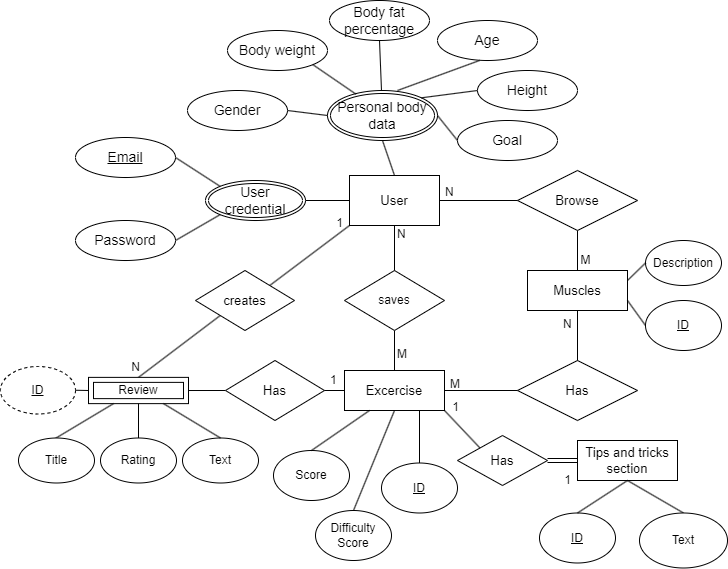
mezyn/Get-fit keeps this draw.io diagram as images/er_diagram.png. Above is the earlier version. Source tidied: cells renumbered, new cells last; positions are measured from the earlier drawing's top-left corner, leaving out a move shared by most shapes.
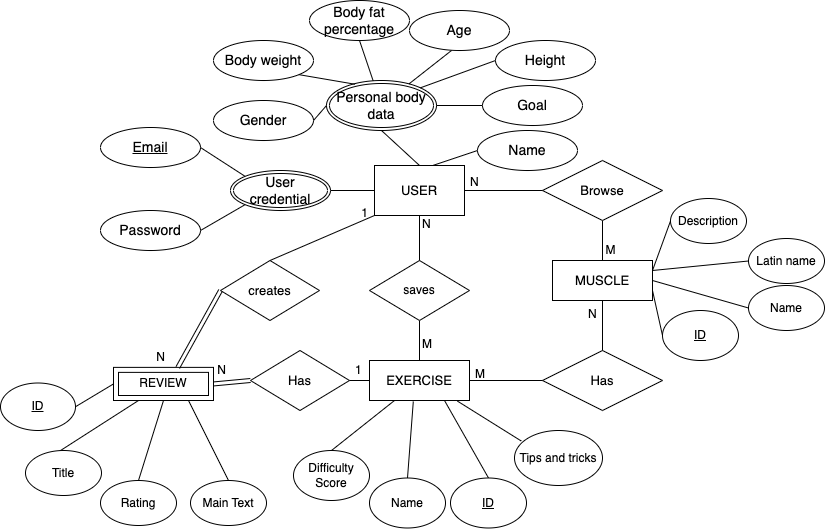
After the change.

Diff of the diagram source:
```diff
@@ -2,29 +2,29 @@
   <root>
     <mxCell id="0" />
     <mxCell id="1" parent="0" />
-    <mxCell id="2" value="User" style="rounded=0;whiteSpace=wrap;html=1;fontSize=13;" parent="1" vertex="1">
+    <mxCell id="2" value="USER" style="rounded=0;whiteSpace=wrap;html=1;fontSize=13;" parent="1" vertex="1">
       <mxGeometry x="349" y="175" width="90" height="50" as="geometry" />
     </mxCell>
     <mxCell id="3" value="Personal body data" style="ellipse;shape=doubleEllipse;margin=3;whiteSpace=wrap;html=1;align=center;fontSize=14;" parent="1" vertex="1">
-      <mxGeometry x="327" y="90" width="110" height="50" as="geometry" />
+      <mxGeometry x="301" y="90" width="110" height="50" as="geometry" />
     </mxCell>
     <mxCell id="4" value="Gender" style="ellipse;whiteSpace=wrap;html=1;align=center;fontSize=14;" parent="1" vertex="1">
-      <mxGeometry x="187" y="90" width="100" height="40" as="geometry" />
+      <mxGeometry x="188" y="110" width="100" height="40" as="geometry" />
     </mxCell>
     <mxCell id="5" value="Body weight" style="ellipse;whiteSpace=wrap;html=1;align=center;fontSize=14;" parent="1" vertex="1">
-      <mxGeometry x="227" y="30" width="100" height="40" as="geometry" />
+      <mxGeometry x="188" y="50" width="100" height="40" as="geometry" />
     </mxCell>
     <mxCell id="6" value="Body fat percentage" style="ellipse;whiteSpace=wrap;html=1;align=center;fontSize=14;" parent="1" vertex="1">
-      <mxGeometry x="329" width="100" height="40" as="geometry" />
+      <mxGeometry x="284" y="10" width="100" height="40" as="geometry" />
     </mxCell>
     <mxCell id="7" value="Age" style="ellipse;whiteSpace=wrap;html=1;align=center;fontSize=14;" parent="1" vertex="1">
-      <mxGeometry x="437" y="20" width="100" height="40" as="geometry" />
+      <mxGeometry x="384" y="20" width="100" height="40" as="geometry" />
     </mxCell>
     <mxCell id="8" value="Height" style="ellipse;whiteSpace=wrap;html=1;align=center;fontSize=14;" parent="1" vertex="1">
-      <mxGeometry x="477" y="70" width="100" height="40" as="geometry" />
+      <mxGeometry x="470" y="50" width="100" height="40" as="geometry" />
     </mxCell>
     <mxCell id="9" value="Goal" style="ellipse;whiteSpace=wrap;html=1;align=center;fontSize=14;" parent="1" vertex="1">
-      <mxGeometry x="457" y="120" width="100" height="40" as="geometry" />
+      <mxGeometry x="457" y="95" width="100" height="40" as="geometry" />
     </mxCell>
     <mxCell id="10" style="endArrow=none;html=1;rounded=0;fontSize=14;exitX=1;exitY=0.5;exitDx=0;exitDy=0;entryX=0;entryY=0.5;entryDx=0;entryDy=0;" parent="1" edge="1" source="4" target="3">
       <mxGeometry relative="1" as="geometry" />
@@ -35,10 +35,8 @@
     <mxCell id="12" style="endArrow=none;html=1;rounded=0;fontSize=14;exitX=0.5;exitY=1;exitDx=0;exitDy=0;" parent="1" edge="1" source="6" target="3">
       <mxGeometry relative="1" as="geometry" />
     </mxCell>
-    <mxCell id="13" style="endArrow=none;html=1;rounded=0;fontSize=14;exitX=0.42;exitY=1;exitDx=0;exitDy=0;exitPerimeter=0;" parent="1" edge="1" source="7">
-      <mxGeometry relative="1" as="geometry">
-        <mxPoint x="397" y="90" as="targetPoint" />
-      </mxGeometry>
+    <mxCell id="13" style="endArrow=none;html=1;rounded=0;fontSize=14;exitX=0.42;exitY=1;exitDx=0;exitDy=0;exitPerimeter=0;" parent="1" edge="1" source="7" target="3">
+      <mxGeometry relative="1" as="geometry" />
     </mxCell>
     <mxCell id="14" style="endArrow=none;html=1;rounded=0;fontSize=14;exitX=0;exitY=0.5;exitDx=0;exitDy=0;entryX=1;entryY=0;entryDx=0;entryDy=0;" parent="1" edge="1" source="8" target="3">
       <mxGeometry relative="1" as="geometry" />
@@ -58,7 +56,7 @@
     <mxCell id="19" style="endArrow=none;html=1;rounded=0;fontSize=14;exitX=0;exitY=0.5;exitDx=0;exitDy=0;entryX=1;entryY=0.5;entryDx=0;entryDy=0;" parent="1" edge="1" source="18" target="2">
       <mxGeometry relative="1" as="geometry" />
     </mxCell>
-    <mxCell id="20" value="Muscles" style="whiteSpace=wrap;html=1;align=center;fontSize=13;" parent="1" vertex="1">
+    <mxCell id="20" value="MUSCLE" style="whiteSpace=wrap;html=1;align=center;fontSize=13;" parent="1" vertex="1">
       <mxGeometry x="527" y="270" width="100" height="40" as="geometry" />
     </mxCell>
     <mxCell id="21" value="Has" style="shape=rhombus;perimeter=rhombusPerimeter;whiteSpace=wrap;html=1;align=center;fontSize=13;" parent="1" vertex="1">
@@ -67,21 +65,15 @@
     <mxCell id="22" style="endArrow=none;html=1;rounded=0;fontSize=14;exitX=0.5;exitY=1;exitDx=0;exitDy=0;" parent="1" edge="1" source="20" target="21">
       <mxGeometry relative="1" as="geometry" />
     </mxCell>
-    <mxCell id="23" style="rounded=0;jettySize=auto;html=1;exitX=0.5;exitY=1;exitDx=0;exitDy=0;endArrow=none;endFill=0;entryX=0.5;entryY=0;entryDx=0;entryDy=0;" parent="1" edge="1" source="24" target="68">
+    <mxCell id="23" style="rounded=0;jettySize=auto;html=1;exitX=0.25;exitY=1;exitDx=0;exitDy=0;endArrow=none;endFill=0;entryX=0.5;entryY=0;entryDx=0;entryDy=0;" parent="1" edge="1" source="24" target="68">
       <mxGeometry relative="1" as="geometry" />
     </mxCell>
-    <mxCell id="24" value="Excercise" style="whiteSpace=wrap;html=1;align=center;fontSize=13;" parent="1" vertex="1">
+    <mxCell id="24" value="EXERCISE" style="whiteSpace=wrap;html=1;align=center;fontSize=13;" parent="1" vertex="1">
       <mxGeometry x="344" y="370" width="100" height="40" as="geometry" />
     </mxCell>
     <mxCell id="25" style="endArrow=none;html=1;rounded=0;fontSize=14;exitX=0;exitY=0.5;exitDx=0;exitDy=0;entryX=1;entryY=0.5;entryDx=0;entryDy=0;" parent="1" edge="1" source="21" target="24">
       <mxGeometry relative="1" as="geometry" />
     </mxCell>
-    <mxCell id="26" value="Tips and tricks section" style="whiteSpace=wrap;html=1;align=center;fontSize=13;" parent="1" vertex="1">
-      <mxGeometry x="577" y="440" width="100" height="40" as="geometry" />
-    </mxCell>
-    <mxCell id="27" style="edgeStyle=none;rounded=0;jettySize=auto;html=1;exitX=0;exitY=0.5;exitDx=0;exitDy=0;entryX=1;entryY=0.5;entryDx=0;entryDy=0;endArrow=none;endFill=0;" parent="1" edge="1" source="28" target="49">
-      <mxGeometry relative="1" as="geometry" />
-    </mxCell>
     <mxCell id="28" value="Has" style="shape=rhombus;perimeter=rhombusPerimeter;whiteSpace=wrap;html=1;align=center;fontSize=13;" parent="1" vertex="1">
       <mxGeometry x="225" y="360" width="99" height="60" as="geometry" />
     </mxCell>
@@ -94,9 +86,6 @@
     <mxCell id="31" value="M" style="text;strokeColor=none;fillColor=none;spacingLeft=4;spacingRight=4;overflow=hidden;fontSize=12;" parent="1" vertex="1">
       <mxGeometry x="391" y="340" width="20" height="30" as="geometry" />
     </mxCell>
-    <mxCell id="32" style="shape=link;html=1;rounded=0;fontSize=13;exitX=0;exitY=0.5;exitDx=0;exitDy=0;entryX=1;entryY=0.5;entryDx=0;entryDy=0;" parent="1" edge="1" source="26" target="72">
-      <mxGeometry relative="1" as="geometry" />
-    </mxCell>
     <mxCell id="33" value="N" style="text;strokeColor=none;fillColor=none;spacingLeft=4;spacingRight=4;overflow=hidden;fontSize=12;" parent="1" vertex="1">
       <mxGeometry x="439" y="178" width="20" height="30" as="geometry" />
     </mxCell>
@@ -136,23 +125,14 @@
     <mxCell id="45" style="endArrow=none;html=1;rounded=0;entryX=0.75;entryY=1;entryDx=0;entryDy=0;exitX=0.5;exitY=0;exitDx=0;exitDy=0;" parent="1" edge="1" source="51" target="24">
       <mxGeometry relative="1" as="geometry" />
     </mxCell>
-    <mxCell id="46" value="Score" style="ellipse;whiteSpace=wrap;html=1;" parent="1" vertex="1">
-      <mxGeometry x="273" y="450" width="76" height="50" as="geometry" />
-    </mxCell>
-    <mxCell id="47" style="endArrow=none;html=1;rounded=0;exitX=0.5;exitY=0;exitDx=0;exitDy=0;entryX=0.25;entryY=1;entryDx=0;entryDy=0;" parent="1" edge="1" source="46" target="24">
-      <mxGeometry relative="1" as="geometry" />
-    </mxCell>
-    <mxCell id="48" style="edgeStyle=none;rounded=0;jettySize=auto;html=1;exitX=0.5;exitY=0;exitDx=0;exitDy=0;entryX=0;entryY=1;entryDx=0;entryDy=0;endArrow=none;endFill=0;" parent="1" edge="1" source="49" target="75">
-      <mxGeometry relative="1" as="geometry" />
-    </mxCell>
-    <mxCell id="49" value="Review" style="shape=ext;margin=3;double=1;whiteSpace=wrap;html=1;align=center;" parent="1" vertex="1">
-      <mxGeometry x="88" y="376.9" width="100" height="26.2" as="geometry" />
+    <mxCell id="49" value="REVIEW" style="shape=ext;margin=3;double=1;whiteSpace=wrap;html=1;align=center;" parent="1" vertex="1">
+      <mxGeometry x="88" y="376.9" width="100" height="33.1" as="geometry" />
     </mxCell>
     <mxCell id="50" value="Description" style="ellipse;whiteSpace=wrap;html=1;" parent="1" vertex="1">
-      <mxGeometry x="645" y="240" width="76" height="45" as="geometry" />
+      <mxGeometry x="645" y="208" width="76" height="45" as="geometry" />
     </mxCell>
     <mxCell id="51" value="&lt;u&gt;ID&lt;/u&gt;" style="ellipse;whiteSpace=wrap;html=1;" parent="1" vertex="1">
-      <mxGeometry x="381" y="462.5" width="76" height="50" as="geometry" />
+      <mxGeometry x="425" y="487.5" width="76" height="50" as="geometry" />
     </mxCell>
     <mxCell id="52" style="endArrow=none;html=1;rounded=0;entryX=1;entryY=0.75;entryDx=0;entryDy=0;exitX=0;exitY=0.5;exitDx=0;exitDy=0;" parent="1" edge="1" source="54" target="20">
       <mxGeometry relative="1" as="geometry" />
@@ -161,34 +141,22 @@
       <mxGeometry relative="1" as="geometry" />
     </mxCell>
     <mxCell id="54" value="&lt;u&gt;ID&lt;/u&gt;" style="ellipse;whiteSpace=wrap;html=1;" parent="1" vertex="1">
-      <mxGeometry x="645" y="300" width="76" height="50" as="geometry" />
+      <mxGeometry x="637" y="320" width="76" height="50" as="geometry" />
     </mxCell>
-    <mxCell id="55" value="&lt;u&gt;ID&lt;/u&gt;" style="ellipse;whiteSpace=wrap;html=1;" parent="1" vertex="1">
-      <mxGeometry x="539" y="512.5" width="76" height="50" as="geometry" />
-    </mxCell>
-    <mxCell id="56" style="endArrow=none;html=1;rounded=0;exitX=0.5;exitY=0;exitDx=0;exitDy=0;entryX=0.5;entryY=1;entryDx=0;entryDy=0;" parent="1" edge="1" source="55" target="26">
-      <mxGeometry relative="1" as="geometry" />
-    </mxCell>
-    <mxCell id="57" style="endArrow=none;html=1;rounded=0;exitX=0.5;exitY=0;exitDx=0;exitDy=0;entryX=0.5;entryY=1;entryDx=0;entryDy=0;" parent="1" edge="1" source="58" target="26">
-      <mxGeometry relative="1" as="geometry" />
-    </mxCell>
-    <mxCell id="58" value="Text" style="ellipse;whiteSpace=wrap;html=1;" parent="1" vertex="1">
-      <mxGeometry x="639" y="512.5" width="88" height="55" as="geometry" />
-    </mxCell>
     <mxCell id="59" value="1" style="text;strokeColor=none;fillColor=none;spacingLeft=4;spacingRight=4;overflow=hidden;fontSize=12;" parent="1" vertex="1">
       <mxGeometry x="324" y="366" width="20" height="30" as="geometry" />
     </mxCell>
-    <mxCell id="60" value="&lt;u&gt;ID&lt;/u&gt;" style="ellipse;whiteSpace=wrap;html=1;dashed=1;" parent="1" vertex="1">
-      <mxGeometry y="366" width="75" height="47.5" as="geometry" />
+    <mxCell id="60" value="&lt;u&gt;ID&lt;/u&gt;" style="ellipse;whiteSpace=wrap;html=1;" parent="1" vertex="1">
+      <mxGeometry x="-25" y="392.5" width="75" height="47.5" as="geometry" />
     </mxCell>
     <mxCell id="61" style="endArrow=none;html=1;rounded=0;entryX=0;entryY=0.5;entryDx=0;entryDy=0;exitX=1;exitY=0.5;exitDx=0;exitDy=0;" parent="1" edge="1" source="60" target="49">
       <mxGeometry relative="1" as="geometry" />
     </mxCell>
     <mxCell id="62" value="Rating" style="ellipse;whiteSpace=wrap;html=1;" parent="1" vertex="1">
-      <mxGeometry x="100" y="437.5" width="76" height="45" as="geometry" />
+      <mxGeometry x="75" y="490" width="76" height="45" as="geometry" />
     </mxCell>
-    <mxCell id="63" value="Text" style="ellipse;whiteSpace=wrap;html=1;" parent="1" vertex="1">
-      <mxGeometry x="182" y="437.5" width="76" height="45" as="geometry" />
+    <mxCell id="63" value="Main Text" style="ellipse;whiteSpace=wrap;html=1;" parent="1" vertex="1">
+      <mxGeometry x="165" y="490" width="76" height="45" as="geometry" />
     </mxCell>
     <mxCell id="64" style="endArrow=none;html=1;rounded=0;exitX=0.5;exitY=0;exitDx=0;exitDy=0;entryX=0.5;entryY=1;entryDx=0;entryDy=0;" parent="1" edge="1" source="62" target="49">
       <mxGeometry relative="1" as="geometry" />
@@ -196,14 +164,8 @@
     <mxCell id="65" style="endArrow=none;html=1;rounded=0;exitX=0.5;exitY=0;exitDx=0;exitDy=0;entryX=0.75;entryY=1;entryDx=0;entryDy=0;" parent="1" edge="1" source="63" target="49">
       <mxGeometry relative="1" as="geometry" />
     </mxCell>
-    <mxCell id="66" value="1" style="text;html=1;align=center;verticalAlign=middle;strokeColor=none;fillColor=none;" parent="1" vertex="1">
-      <mxGeometry x="552" y="465" width="30" height="30" as="geometry" />
-    </mxCell>
-    <mxCell id="67" value="1" style="text;html=1;align=center;verticalAlign=middle;strokeColor=none;fillColor=none;" parent="1" vertex="1">
-      <mxGeometry x="440" y="392" width="30" height="30" as="geometry" />
-    </mxCell>
     <mxCell id="68" value="Difficulty Score" style="ellipse;whiteSpace=wrap;html=1;" parent="1" vertex="1">
-      <mxGeometry x="315" y="510" width="76" height="50" as="geometry" />
+      <mxGeometry x="268" y="460" width="76" height="50" as="geometry" />
     </mxCell>
     <mxCell id="69" value="M" style="text;html=1;align=center;verticalAlign=middle;strokeColor=none;fillColor=none;" parent="1" vertex="1">
       <mxGeometry x="570" y="245" width="30" height="30" as="geometry" />
@@ -212,15 +174,12 @@
       <mxGeometry relative="1" as="geometry" />
     </mxCell>
     <mxCell id="71" value="Title" style="ellipse;whiteSpace=wrap;html=1;" parent="1" vertex="1">
-      <mxGeometry x="18" y="437.5" width="76" height="45" as="geometry" />
+      <mxGeometry y="460" width="76" height="45" as="geometry" />
     </mxCell>
-    <mxCell id="72" value="Has" style="shape=rhombus;perimeter=rhombusPerimeter;whiteSpace=wrap;html=1;align=center;fontSize=13;" parent="1" vertex="1">
-      <mxGeometry x="457" y="435" width="90" height="50" as="geometry" />
-    </mxCell>
-    <mxCell id="73" style="endArrow=none;html=1;rounded=0;exitX=1;exitY=1;exitDx=0;exitDy=0;entryX=0;entryY=0;entryDx=0;entryDy=0;" parent="1" edge="1" source="24" target="72">
+    <mxCell id="73" style="endArrow=none;html=1;rounded=0;exitX=0.878;exitY=1.013;exitDx=0;exitDy=0;entryX=0.077;entryY=0.191;entryDx=0;entryDy=0;entryPerimeter=0;exitPerimeter=0;" parent="1" edge="1" source="24" target="86">
       <mxGeometry relative="1" as="geometry" />
     </mxCell>
-    <mxCell id="74" style="edgeStyle=none;rounded=0;jettySize=auto;html=1;exitX=1;exitY=0;exitDx=0;exitDy=0;entryX=0;entryY=1;entryDx=0;entryDy=0;endArrow=none;endFill=0;" parent="1" edge="1" source="75" target="2">
+    <mxCell id="74" style="edgeStyle=none;rounded=0;jettySize=auto;html=1;exitX=0.5;exitY=0;exitDx=0;exitDy=0;entryX=0;entryY=1;entryDx=0;entryDy=0;endArrow=none;endFill=0;" parent="1" edge="1" source="75" target="2">
       <mxGeometry relative="1" as="geometry" />
     </mxCell>
     <mxCell id="75" value="creates" style="shape=rhombus;perimeter=rhombusPerimeter;whiteSpace=wrap;html=1;align=center;fontSize=13;" parent="1" vertex="1">
@@ -232,5 +191,41 @@
     <mxCell id="77" value="1" style="text;html=1;align=center;verticalAlign=middle;strokeColor=none;fillColor=none;" parent="1" vertex="1">
       <mxGeometry x="324" y="208" width="30" height="30" as="geometry" />
     </mxCell>
+    <mxCell id="78" value="Name" style="ellipse;whiteSpace=wrap;html=1;align=center;fontSize=14;" parent="1" vertex="1">
+      <mxGeometry x="452" y="140" width="100" height="40" as="geometry" />
+    </mxCell>
+    <mxCell id="79" style="endArrow=none;html=1;rounded=0;fontSize=14;exitX=0;exitY=0.5;exitDx=0;exitDy=0;entryX=0.647;entryY=0;entryDx=0;entryDy=0;entryPerimeter=0;" parent="1" edge="1" source="78" target="2">
+      <mxGeometry relative="1" as="geometry" />
+    </mxCell>
+    <mxCell id="80" value="Latin name" style="ellipse;whiteSpace=wrap;html=1;" parent="1" vertex="1">
+      <mxGeometry x="723" y="248" width="76" height="45" as="geometry" />
+    </mxCell>
+    <mxCell id="81" style="endArrow=none;html=1;rounded=0;exitX=0;exitY=0.5;exitDx=0;exitDy=0;entryX=1;entryY=0.25;entryDx=0;entryDy=0;" parent="1" edge="1" source="80" target="20">
+      <mxGeometry relative="1" as="geometry" />
+    </mxCell>
+    <mxCell id="82" value="Name" style="ellipse;whiteSpace=wrap;html=1;" parent="1" vertex="1">
+      <mxGeometry x="723" y="295" width="76" height="45" as="geometry" />
+    </mxCell>
+    <mxCell id="83" style="endArrow=none;html=1;rounded=0;exitX=0;exitY=0.5;exitDx=0;exitDy=0;entryX=1;entryY=0.5;entryDx=0;entryDy=0;" parent="1" edge="1" source="82" target="20">
+      <mxGeometry relative="1" as="geometry" />
+    </mxCell>
+    <mxCell id="84" style="rounded=0;jettySize=auto;html=1;exitX=0.438;exitY=1.025;exitDx=0;exitDy=0;endArrow=none;endFill=0;entryX=0.5;entryY=0;entryDx=0;entryDy=0;exitPerimeter=0;" parent="1" edge="1" source="24" target="85">
+      <mxGeometry relative="1" as="geometry" />
+    </mxCell>
+    <mxCell id="85" value="Name" style="ellipse;whiteSpace=wrap;html=1;" parent="1" vertex="1">
+      <mxGeometry x="344" y="487.5" width="76" height="50" as="geometry" />
+    </mxCell>
+    <mxCell id="86" value="Tips and tricks" style="ellipse;whiteSpace=wrap;html=1;" parent="1" vertex="1">
+      <mxGeometry x="489" y="440" width="88" height="55" as="geometry" />
+    </mxCell>
+    <mxCell id="87" value="N" style="text;html=1;align=center;verticalAlign=middle;strokeColor=none;fillColor=none;" parent="1" vertex="1">
+      <mxGeometry x="181" y="364.5" width="30" height="30" as="geometry" />
+    </mxCell>
+    <mxCell id="88" style="shape=link;html=1;rounded=0;exitX=1;exitY=0.5;exitDx=0;exitDy=0;entryX=0;entryY=0.5;entryDx=0;entryDy=0;" parent="1" edge="1" source="49" target="28">
+      <mxGeometry relative="1" as="geometry" />
+    </mxCell>
+    <mxCell id="48" style="shape=link;html=1;rounded=0;exitX=0.643;exitY=0.004;exitDx=0;exitDy=0;entryX=0;entryY=0.5;entryDx=0;entryDy=0;exitPerimeter=0;" parent="1" edge="1" source="49" target="75">
+      <mxGeometry relative="1" as="geometry" />
+    </mxCell>
   </root>
 </mxGraphModel>
```
